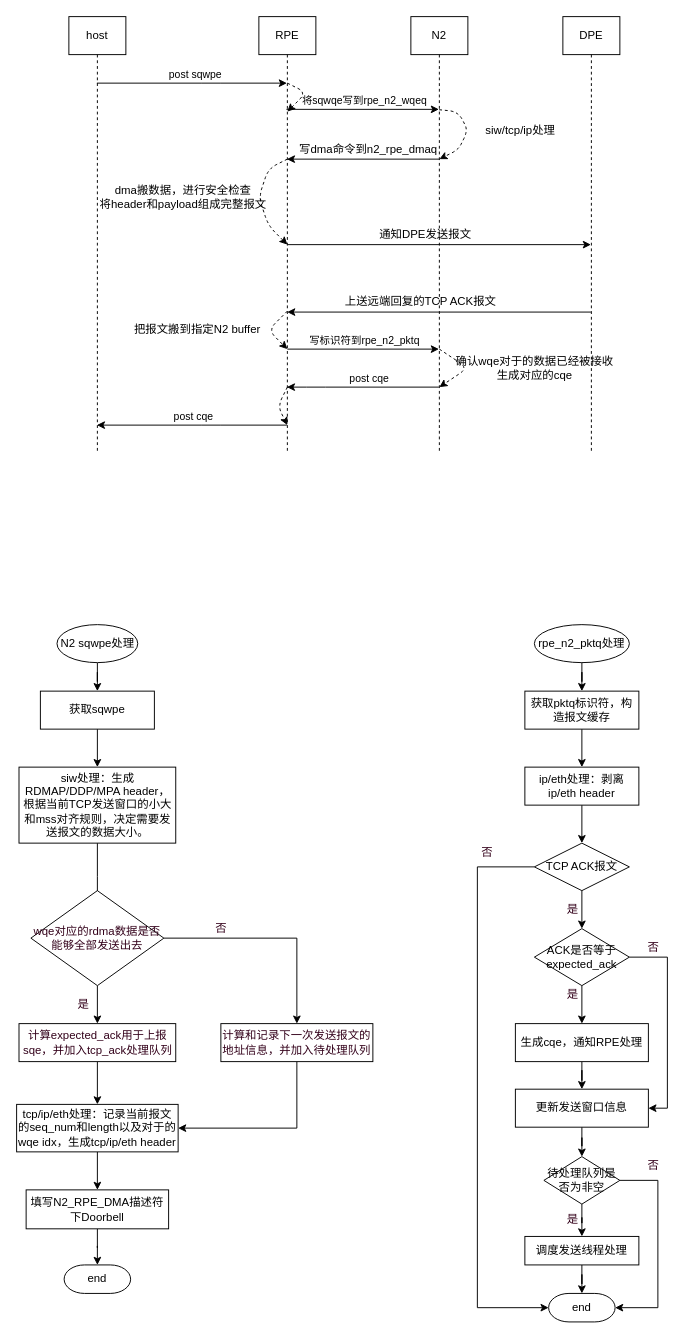
Before: page "Page-1" (1 of 3) of Untitled Diagram.drawio in huazhongtan/nvim_config, a draw.io diagram. Source tidied: cells renumbered, new cells numbered last; positions are measured from the earlier drawing's top-left corner, leaving out a move shared by most shapes. Both pictures are drawn from the tidied source at 95%, with x=0, y=0 at pixel (16, 16).
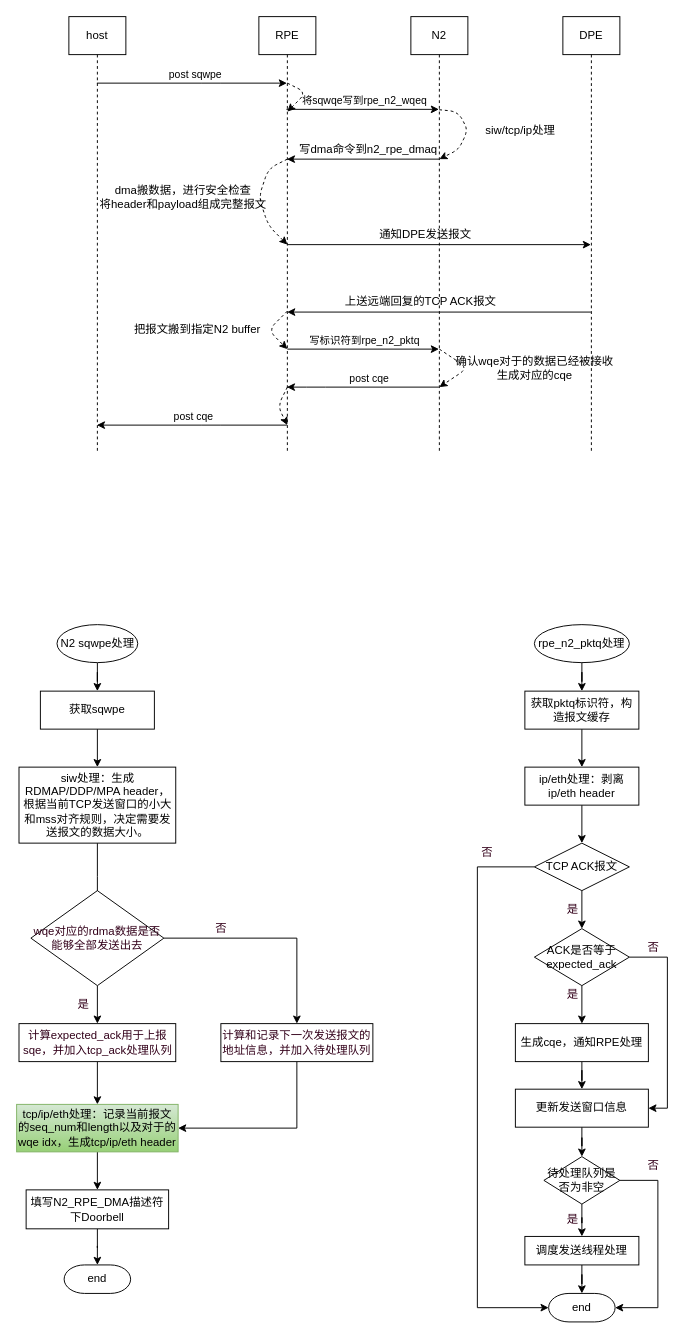
The same diagram, later.

What changed in the source:
```diff
@@
-    <mxCell id="41" value="tcp/ip/eth处理：记录当前报文的seq_num和length以及对于的wqe idx，生成tcp/ip/eth header" style="rounded=0;whiteSpace=wrap;html=1;absoluteArcSize=1;arcSize=14;strokeWidth=1;align=center;" parent="1" vertex="1">
+    <mxCell id="41" value="tcp/ip/eth处理：记录当前报文的seq_num和length以及对于的wqe idx，生成tcp/ip/eth header" style="rounded=0;whiteSpace=wrap;html=1;absoluteArcSize=1;arcSize=14;strokeWidth=1;align=center;gradientColor=#97d077;fillColor=#d5e8d4;strokeColor=#82b366;" parent="1" vertex="1">
       <mxGeometry y="1145" width="170" height="50" as="geometry" />
     </mxCell>
```
